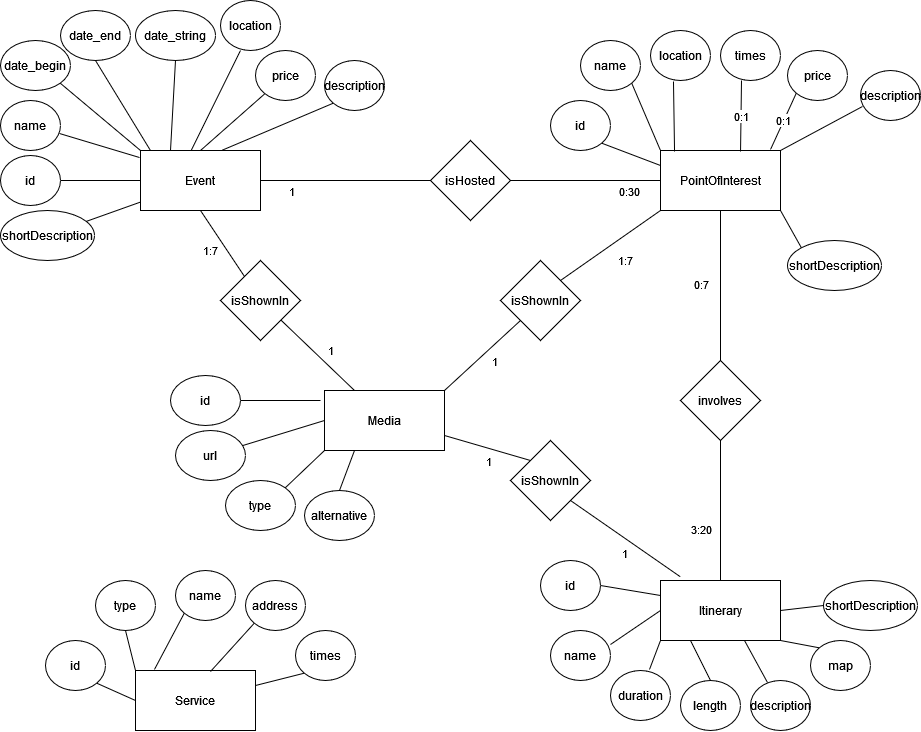
Before: Design-part/database-graph.png, a diagram exported from draw.io (SebastianCastellano/Hypermedia-Project). Source tidied: cells renumbered, new cells last; positions are measured from the earlier drawing's top-left corner, leaving out a move shared by most shapes.
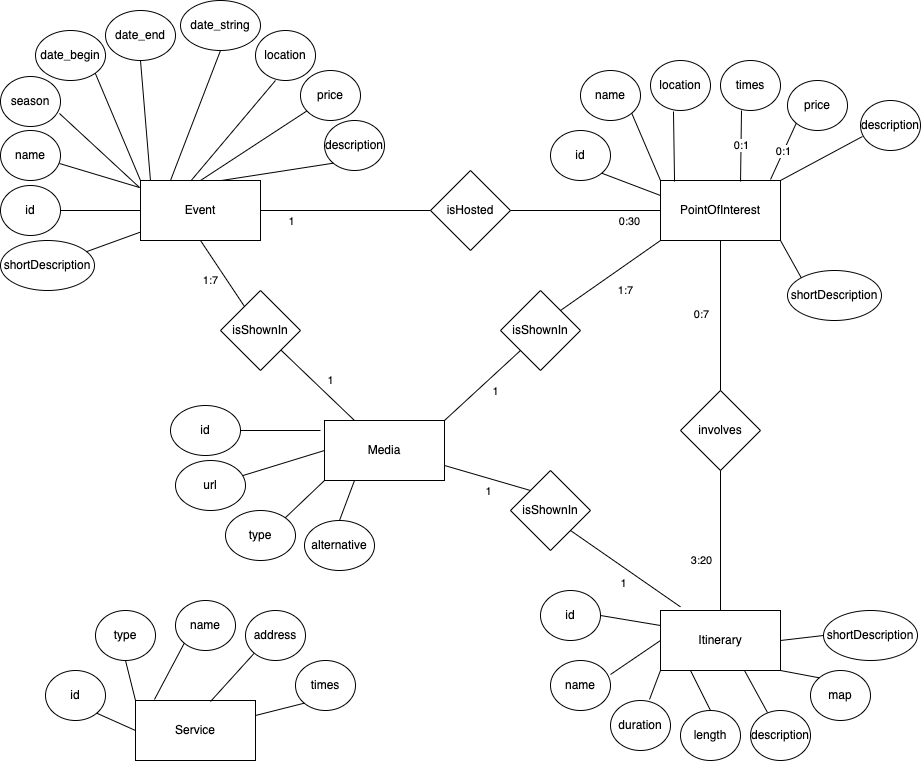
Above is the later version.

Commit message:
update excel and db schemas

Diff of the diagram source:
```diff
@@ -21,13 +21,13 @@
       <mxGeometry y="100" width="60" height="50" as="geometry" />
     </mxCell>
     <mxCell id="8" value="date_end" style="ellipse;whiteSpace=wrap;html=1;" parent="1" vertex="1">
-      <mxGeometry x="60" y="10" width="70" height="50" as="geometry" />
+      <mxGeometry x="105" y="-20" width="70" height="50" as="geometry" />
     </mxCell>
     <mxCell id="9" value="location" style="ellipse;whiteSpace=wrap;html=1;" parent="1" vertex="1">
-      <mxGeometry x="220" width="60" height="50" as="geometry" />
+      <mxGeometry x="255" width="60" height="50" as="geometry" />
     </mxCell>
     <mxCell id="10" value="price" style="ellipse;whiteSpace=wrap;html=1;" parent="1" vertex="1">
-      <mxGeometry x="255" y="50" width="60" height="50" as="geometry" />
+      <mxGeometry x="300" y="40" width="60" height="50" as="geometry" />
     </mxCell>
     <mxCell id="11" value="isHosted" style="rhombus;whiteSpace=wrap;html=1;" parent="1" vertex="1">
       <mxGeometry x="430" y="140" width="80" height="80" as="geometry" />
@@ -68,7 +68,7 @@
       </mxGeometry>
     </mxCell>
     <mxCell id="21" value="description" style="ellipse;whiteSpace=wrap;html=1;" parent="1" vertex="1">
-      <mxGeometry x="324" y="60" width="60" height="50" as="geometry" />
+      <mxGeometry x="324" y="90" width="60" height="50" as="geometry" />
     </mxCell>
     <mxCell id="22" style="endArrow=none;html=1;rounded=0;entryX=0;entryY=0.5;entryDx=0;entryDy=0;exitX=1;exitY=0.5;exitDx=0;exitDy=0;" parent="1" edge="1" source="6" target="2">
       <mxGeometry relative="1" as="geometry" />
@@ -260,10 +260,10 @@
       <mxGeometry x="0.07" y="-21" relative="1" as="geometry" />
     </mxCell>
     <mxCell id="83" value="&lt;div&gt;date_string&lt;/div&gt;" style="ellipse;whiteSpace=wrap;html=1;" parent="1" vertex="1">
-      <mxGeometry x="135" y="10" width="80" height="50" as="geometry" />
+      <mxGeometry x="180" y="-30" width="80" height="50" as="geometry" />
     </mxCell>
     <mxCell id="84" value="&lt;div&gt;date_begin&lt;/div&gt;" style="ellipse;whiteSpace=wrap;html=1;" parent="1" vertex="1">
-      <mxGeometry y="40" width="70" height="50" as="geometry" />
+      <mxGeometry x="35" width="70" height="50" as="geometry" />
     </mxCell>
     <mxCell id="85" style="endArrow=none;html=1;rounded=0;exitX=0;exitY=0;exitDx=0;exitDy=0;entryX=1;entryY=1;entryDx=0;entryDy=0;" parent="1" edge="1" source="2" target="84">
       <mxGeometry relative="1" as="geometry" />
@@ -280,5 +280,11 @@
     <mxCell id="89" value="1" style="endArrow=none;html=1;rounded=0;entryX=0.166;entryY=-0.061;entryDx=0;entryDy=0;exitX=1;exitY=1;exitDx=0;exitDy=0;entryPerimeter=0;" parent="1" edge="1" source="87" target="4">
       <mxGeometry x="0.11" y="-13" relative="1" as="geometry" />
     </mxCell>
+    <mxCell id="90" value="season" style="ellipse;whiteSpace=wrap;html=1;" parent="1" vertex="1">
+      <mxGeometry y="46" width="60" height="50" as="geometry" />
+    </mxCell>
+    <mxCell id="91" style="endArrow=none;html=1;rounded=0;entryX=0.983;entryY=0.74;entryDx=0;entryDy=0;entryPerimeter=0;exitX=-0.008;exitY=0.117;exitDx=0;exitDy=0;exitPerimeter=0;" parent="1" edge="1" source="2" target="90">
+      <mxGeometry relative="1" as="geometry" />
+    </mxCell>
   </root>
 </mxGraphModel>
```
